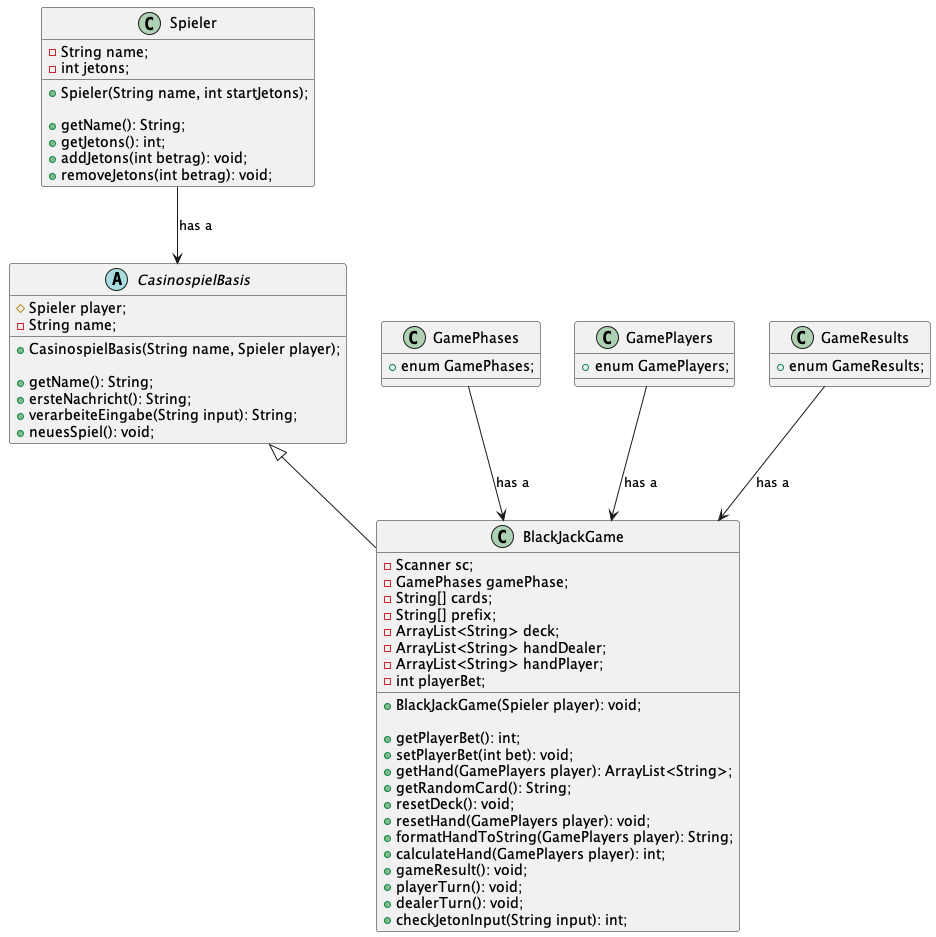
Above: out/UML-Diagramm/UML/BlackJack.png in Henrik-basecom/casino-black-jack (PlantUML), before the change.
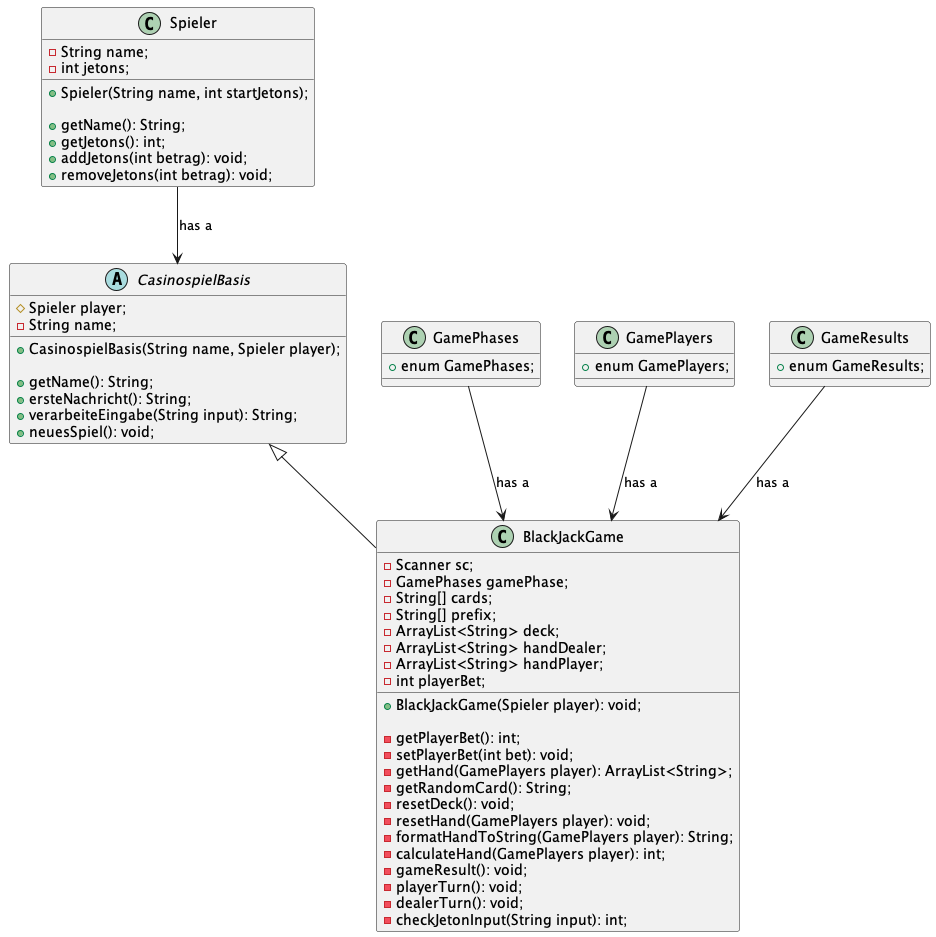
After the change.

Commit message:
[henrik] change public methods to private & update uml diagram

The edit, as a diff of the source:
```diff
@@ -36,18 +36,18 @@
 
     + BlackJackGame(Spieler player): void;
 
-    + getPlayerBet(): int;
-    + setPlayerBet(int bet): void;
-    + getHand(GamePlayers player): ArrayList<String>;
-    + getRandomCard(): String;
-    + resetDeck(): void;
-    + resetHand(GamePlayers player): void;
-    + formatHandToString(GamePlayers player): String;
-    + calculateHand(GamePlayers player): int;
-    + gameResult(): void;
-    + playerTurn(): void;
-    + dealerTurn(): void;
-    + checkJetonInput(String input): int;
+    - getPlayerBet(): int;
+    - setPlayerBet(int bet): void;
+    - getHand(GamePlayers player): ArrayList<String>;
+    - getRandomCard(): String;
+    - resetDeck(): void;
+    - resetHand(GamePlayers player): void;
+    - formatHandToString(GamePlayers player): String;
+    - calculateHand(GamePlayers player): int;
+    - gameResult(): void;
+    - playerTurn(): void;
+    - dealerTurn(): void;
+    - checkJetonInput(String input): int;
 }
 
 class GamePhases {
```
